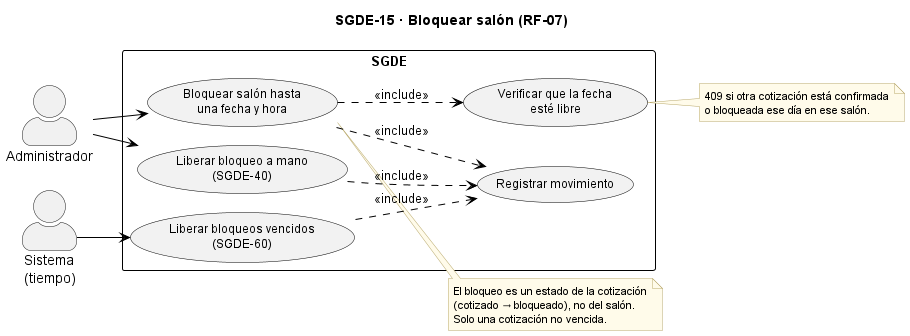
This is docs/casos_uso_sgde/SGDE-15_Bloquear_salon.png from AndreCamx2/Gestion-De-Eventos, a PlantUML export, as it was before one commit. Source of this version:
```plantuml
@startuml SGDE-15_Bloquear_salon
!pragma layout smetana
left to right direction
skinparam backgroundColor white
skinparam usecase {
  BackgroundColor #F2F2F2
  BorderColor black
  FontSize 12
}
skinparam rectangle {
  BorderColor black
  FontSize 13
  FontStyle bold
}
skinparam note {
  BackgroundColor #FFFBEA
  BorderColor #B8A86B
  FontSize 11
}
skinparam ArrowColor black
skinparam actorStyle awesome
title SGDE-15 · Bloquear salón (RF-07)

actor "Administrador" as AD
actor "Sistema\n(tiempo)" as SIS

rectangle "SGDE" {
  usecase "Bloquear salón hasta\nuna fecha y hora" as UC1
  usecase "Liberar bloqueo a mano\n(SGDE-40)" as UC2
  usecase "Liberar bloqueos vencidos\n(SGDE-60)" as UC3
  usecase "Verificar que la fecha\nesté libre" as UC4
  usecase "Registrar movimiento" as UC5
}

AD --> UC1
AD --> UC2
SIS --> UC3
UC1 ..> UC4 : <<include>>
UC1 ..> UC5 : <<include>>
UC2 ..> UC5 : <<include>>
UC3 ..> UC5 : <<include>>

note right of UC1
  El bloqueo es un estado de la cotización
  (cotizado → bloqueado), no del salón.
  Solo una cotización no vencida.
end note
note right of UC4
  409 si otra cotización está confirmada
  o bloqueada ese día en ese salón.
end note
@enduml
```
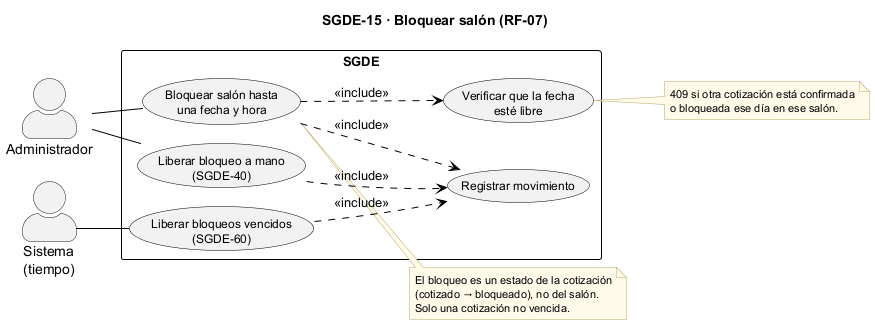
Later version of the same file.

The edit, as a diff of the source:
```diff
@@ -32,9 +32,9 @@
   usecase "Registrar movimiento" as UC5
 }
 
-AD --> UC1
-AD --> UC2
-SIS --> UC3
+AD -- UC1
+AD -- UC2
+SIS -- UC3
 UC1 ..> UC4 : <<include>>
 UC1 ..> UC5 : <<include>>
 UC2 ..> UC5 : <<include>>
```
